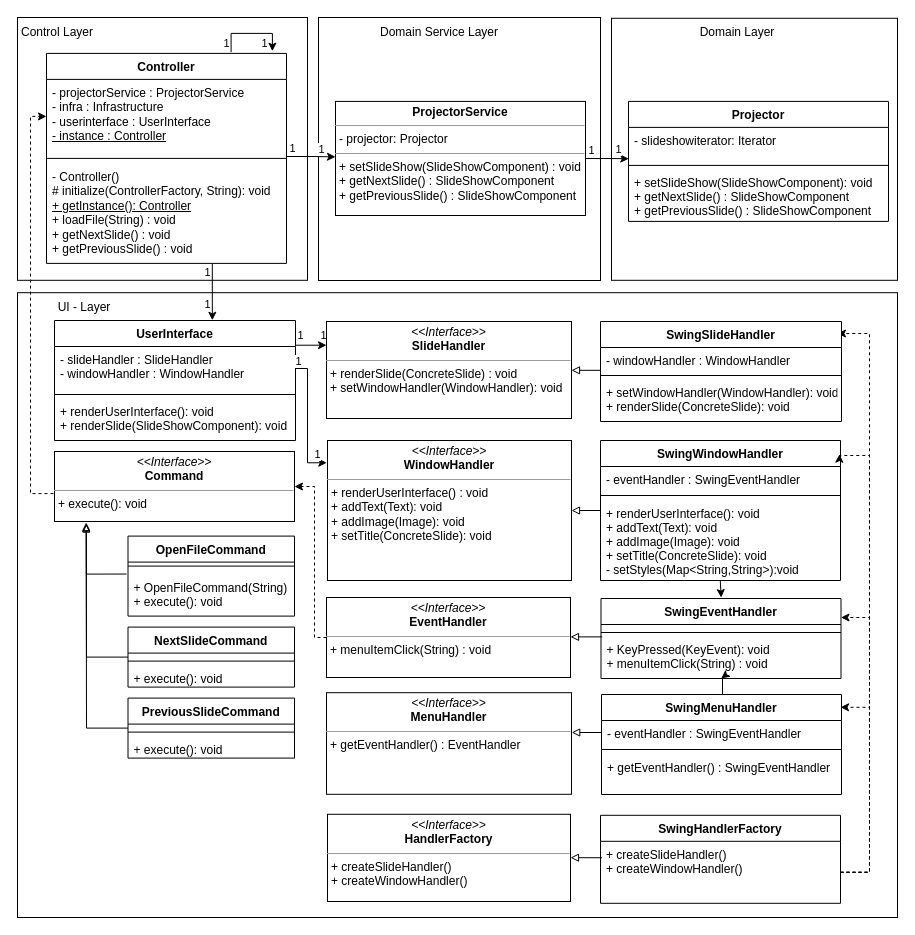
Above: Diagrams/NewDesign/Design without feature/Partial Designs for report/UIandControl.drawio in maartendekker1998/OU_jabberpoint (draw.io), before the change. Source tidied: cells renumbered, new cells numbered last; positions are measured from the earlier drawing's top-left corner, leaving out a move shared by most shapes. Both pictures are drawn from the tidied source at 100%, with x=0, y=0 at pixel (17, 17).
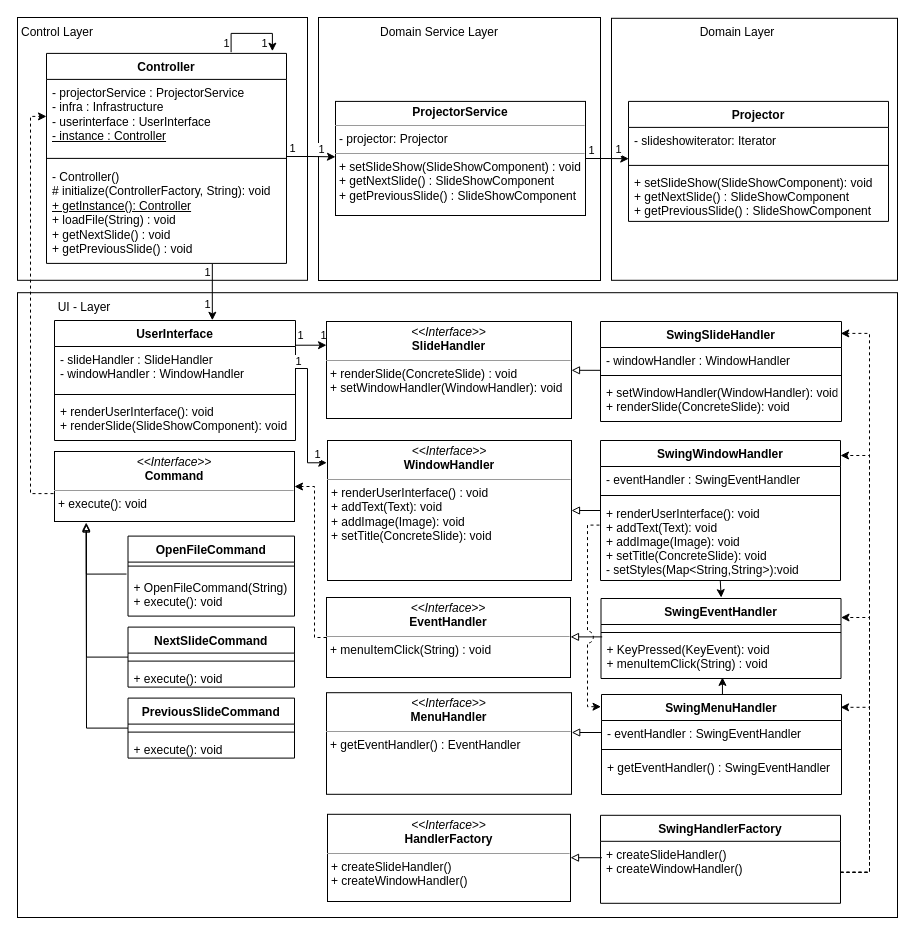
The same diagram, later.

The change refers to these unchanged cells:
```xml
<mxCell id="21" value="+ KeyPressed(KeyEvent): void&#10;+ menuItemClick(String) : void" style="text;strokeColor=none;fillColor=none;align=left;verticalAlign=top;spacingLeft=4;spacingRight=4;overflow=hidden;points=[[0,0.5],[1,0.5]];portConstraint=eastwest;" parent="18" vertex="1">
  <mxGeometry y="38" width="240" height="42" as="geometry" />
</mxCell>
<mxCell id="30" value="SwingWindowHandler" style="swimlane;fontStyle=1;align=center;verticalAlign=top;horizontal=1;startSize=26;" parent="1" vertex="1">
  <mxGeometry x="583" y="423" width="240" height="140" as="geometry" />
</mxCell>
<mxCell id="47" value="+ createSlideHandler()&#10;+ createWindowHandler()" style="text;strokeColor=none;fillColor=none;align=left;verticalAlign=top;spacingLeft=4;spacingRight=4;overflow=hidden;points=[[0,0.5],[1,0.5]];portConstraint=eastwest;" parent="46" vertex="1">
  <mxGeometry y="26" width="240" height="62" as="geometry" />
</mxCell>
<mxCell id="56" value="SwingSlideHandler" style="swimlane;fontStyle=1;align=center;verticalAlign=top;horizontal=1;startSize=26;" parent="1" vertex="1">
  <mxGeometry x="583" y="304" width="241" height="100" as="geometry" />
</mxCell>
<mxCell id="62" value="SwingMenuHandler" style="swimlane;fontStyle=1;align=center;verticalAlign=top;horizontal=1;startSize=26;" parent="1" vertex="1">
  <mxGeometry x="584" y="677" width="240" height="100" as="geometry" />
</mxCell>
```

Change to the diagram source:
```diff
@@
-    <mxCell id="44" style="edgeStyle=orthogonalEdgeStyle;rounded=0;jumpStyle=none;jumpSize=12;jettySize=auto;html=1;entryX=0.996;entryY=0.098;entryDx=0;entryDy=0;entryPerimeter=0;dashed=1;startArrow=none;startFill=0;endArrow=classic;endFill=1;exitX=1;exitY=0.5;exitDx=0;exitDy=0;" parent="1" edge="1" source="47" target="30">
+    <mxCell id="44" style="edgeStyle=orthogonalEdgeStyle;rounded=0;jumpStyle=none;jumpSize=12;jettySize=auto;html=1;dashed=1;startArrow=none;startFill=0;endArrow=classic;endFill=1;exitX=1;exitY=0.5;exitDx=0;exitDy=0;" parent="1" edge="1" source="47" target="30">
       <mxGeometry relative="1" as="geometry">
         <Array as="points">
           <mxPoint x="852" y="855" />
           <mxPoint x="852" y="438" />
         </Array>
       </mxGeometry>
     </mxCell>
-    <mxCell id="45" style="edgeStyle=orthogonalEdgeStyle;rounded=0;jumpStyle=none;jumpSize=12;jettySize=auto;html=1;dashed=1;startArrow=none;startFill=0;endArrow=classic;endFill=1;exitX=1;exitY=0.5;exitDx=0;exitDy=0;" parent="1" edge="1" source="47">
+    <mxCell id="45" style="edgeStyle=orthogonalEdgeStyle;rounded=0;jumpStyle=none;jumpSize=12;jettySize=auto;html=1;dashed=1;startArrow=none;startFill=0;endArrow=classic;endFill=1;exitX=1;exitY=0.5;exitDx=0;exitDy=0;entryX=0.997;entryY=0.119;entryDx=0;entryDy=0;entryPerimeter=0;" parent="1" edge="1" source="47" target="56">
       <mxGeometry relative="1" as="geometry">
-        <mxPoint x="820" y="316" as="targetPoint" />
         <Array as="points">
-          <mxPoint x="852" y="854" />
+          <mxPoint x="852" y="855" />
           <mxPoint x="852" y="316" />
         </Array>
       </mxGeometry>
     </mxCell>
@@
-    <mxCell id="61" style="edgeStyle=orthogonalEdgeStyle;rounded=0;jumpStyle=arc;jumpSize=12;jettySize=auto;html=1;startArrow=none;startFill=0;endArrow=classic;endFill=1;entryX=0.501;entryY=0.999;entryDx=0;entryDy=0;entryPerimeter=0;" parent="1" edge="1" source="62" target="21">
+    <mxCell id="61" style="edgeStyle=orthogonalEdgeStyle;rounded=0;jumpStyle=arc;jumpSize=12;jettySize=auto;html=1;startArrow=none;startFill=0;endArrow=classic;endFill=1;entryX=0.506;entryY=0.974;entryDx=0;entryDy=0;entryPerimeter=0;" parent="1" edge="1" source="62" target="21">
       <mxGeometry relative="1" as="geometry">
         <Array as="points">
-          <mxPoint x="705" y="660" />
+          <mxPoint x="704" y="660" />
         </Array>
       </mxGeometry>
     </mxCell>
@@
+    <mxCell id="93" style="edgeStyle=orthogonalEdgeStyle;rounded=0;jettySize=auto;html=1;entryX=-0.002;entryY=0.122;entryDx=0;entryDy=0;exitX=0;exitY=0.5;exitDx=0;exitDy=0;dashed=1;jumpStyle=arc;jumpSize=12;entryPerimeter=0;" parent="1" edge="1" target="62">
+      <mxGeometry relative="1" as="geometry">
+        <mxPoint x="582" y="507.6" as="sourcePoint" />
+        <Array as="points">
+          <mxPoint x="570" y="508" />
+          <mxPoint x="570" y="690" />
+          <mxPoint x="584" y="690" />
+        </Array>
+      </mxGeometry>
+    </mxCell>
```
